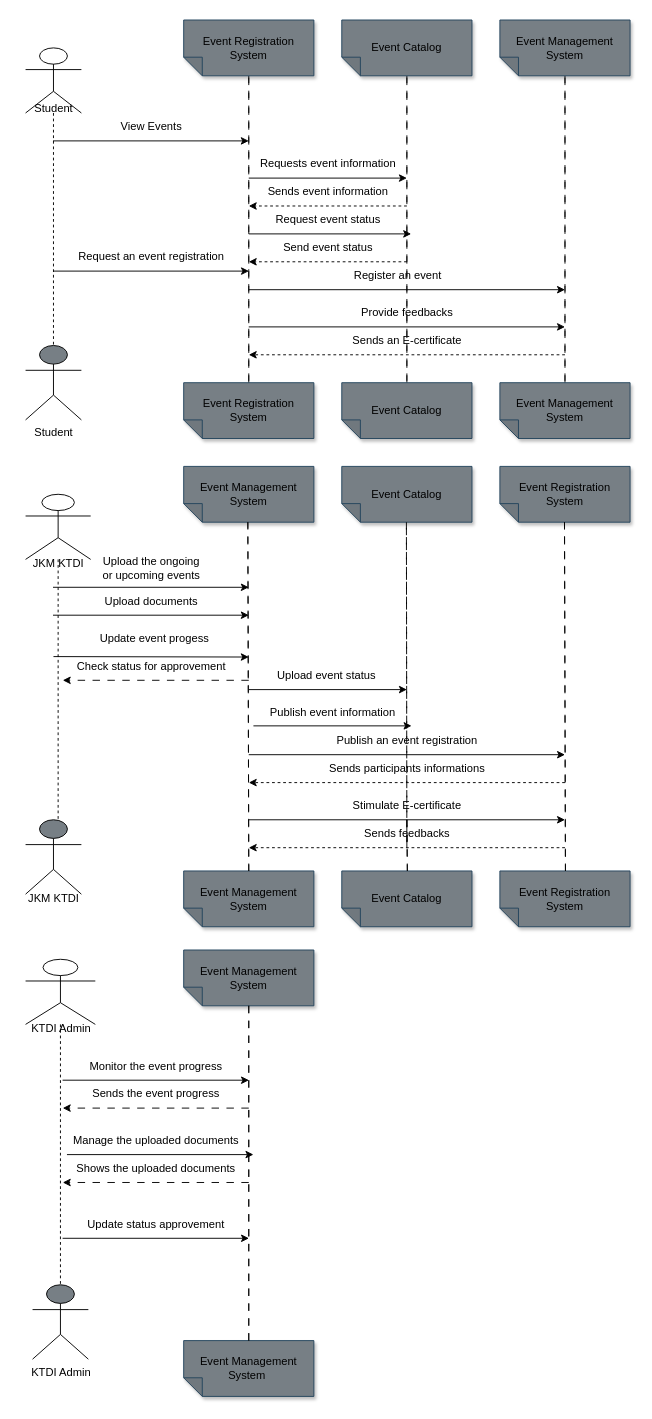
The draw.io diagram page "sequence" (3 of 4) of project/drawio/Curiousity/UML.drawio in drshahizan/software-engineering, before the edit. Source tidied: cells renumbered, new cells numbered last; positions are measured from the earlier drawing's top-left corner, leaving out a move shared by most shapes. Both pictures are drawn from the tidied source at 93%, with x=0, y=0 at pixel (16, 20).
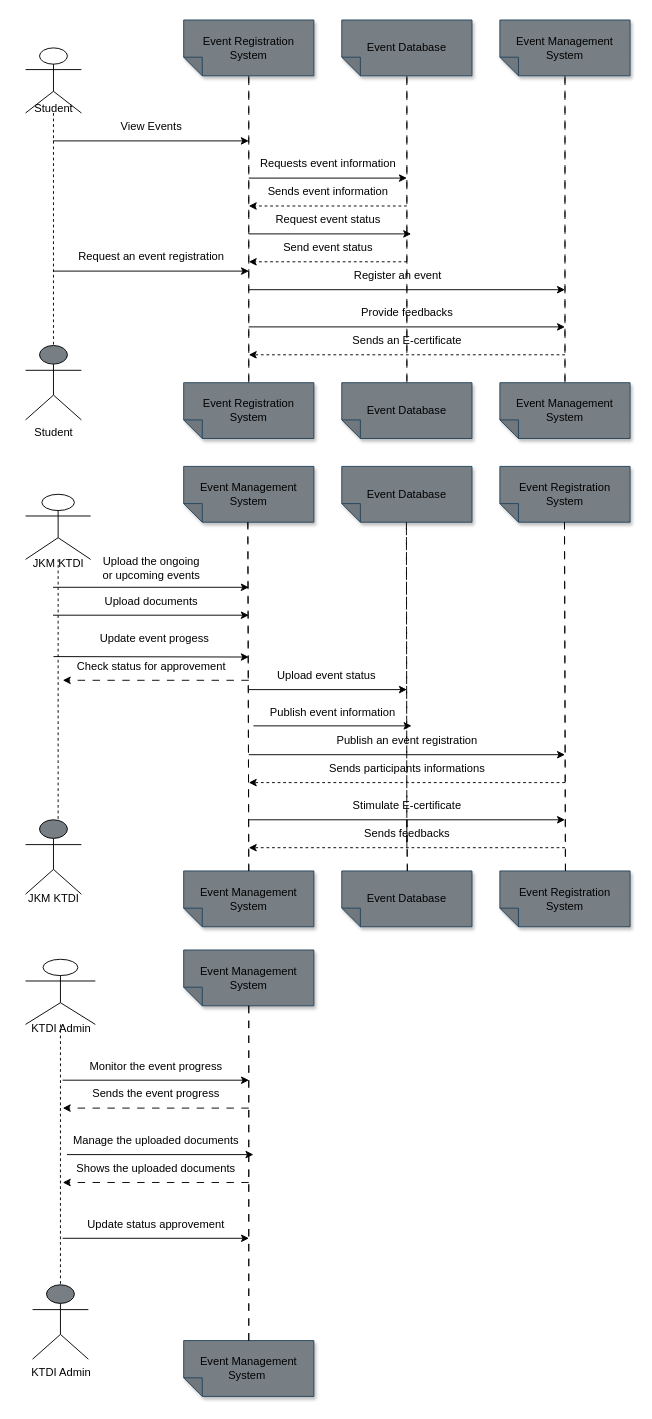
The same diagram, later.

Change to the diagram source:
```diff
@@
-    <mxCell id="7" value="Event Catalog" style="shape=note;whiteSpace=wrap;html=1;backgroundOutline=1;darkOpacity=0.05;fillStyle=solid;direction=west;gradientDirection=north;shadow=1;size=20;fillColor=#777F85;strokeColor=#23445d;" parent="1" vertex="1">
+    <mxCell id="7" value="Event Database" style="shape=note;whiteSpace=wrap;html=1;backgroundOutline=1;darkOpacity=0.05;fillStyle=solid;direction=west;gradientDirection=north;shadow=1;size=20;fillColor=#777F85;strokeColor=#23445d;" parent="1" vertex="1">
       <mxGeometry x="350" width="140" height="60" as="geometry" />
     </mxCell>
@@
-    <mxCell id="12" value="Event Catalog" style="shape=note;whiteSpace=wrap;html=1;backgroundOutline=1;darkOpacity=0.05;fillStyle=solid;direction=west;gradientDirection=north;shadow=1;size=20;fillColor=#777F85;strokeColor=#23445d;" parent="1" vertex="1">
+    <mxCell id="12" value="Event Database" style="shape=note;whiteSpace=wrap;html=1;backgroundOutline=1;darkOpacity=0.05;fillStyle=solid;direction=west;gradientDirection=north;shadow=1;size=20;fillColor=#777F85;strokeColor=#23445d;" parent="1" vertex="1">
       <mxGeometry x="350" y="390" width="140" height="60" as="geometry" />
     </mxCell>
@@
-    <mxCell id="34" value="Event Catalog" style="shape=note;whiteSpace=wrap;html=1;backgroundOutline=1;darkOpacity=0.05;fillStyle=solid;direction=west;gradientDirection=north;shadow=1;size=20;fillColor=#777F85;strokeColor=#23445d;" parent="1" vertex="1">
+    <mxCell id="34" value="Event Database" style="shape=note;whiteSpace=wrap;html=1;backgroundOutline=1;darkOpacity=0.05;fillStyle=solid;direction=west;gradientDirection=north;shadow=1;size=20;fillColor=#777F85;strokeColor=#23445d;" parent="1" vertex="1">
       <mxGeometry x="350" y="480" width="140" height="60" as="geometry" />
     </mxCell>
-    <mxCell id="35" value="Event Catalog" style="shape=note;whiteSpace=wrap;html=1;backgroundOutline=1;darkOpacity=0.05;fillStyle=solid;direction=west;gradientDirection=north;shadow=1;size=20;fillColor=#777F85;strokeColor=#23445d;" parent="1" vertex="1">
+    <mxCell id="35" value="Event Database" style="shape=note;whiteSpace=wrap;html=1;backgroundOutline=1;darkOpacity=0.05;fillStyle=solid;direction=west;gradientDirection=north;shadow=1;size=20;fillColor=#777F85;strokeColor=#23445d;" parent="1" vertex="1">
       <mxGeometry x="350" y="915" width="140" height="60" as="geometry" />
     </mxCell>
```
